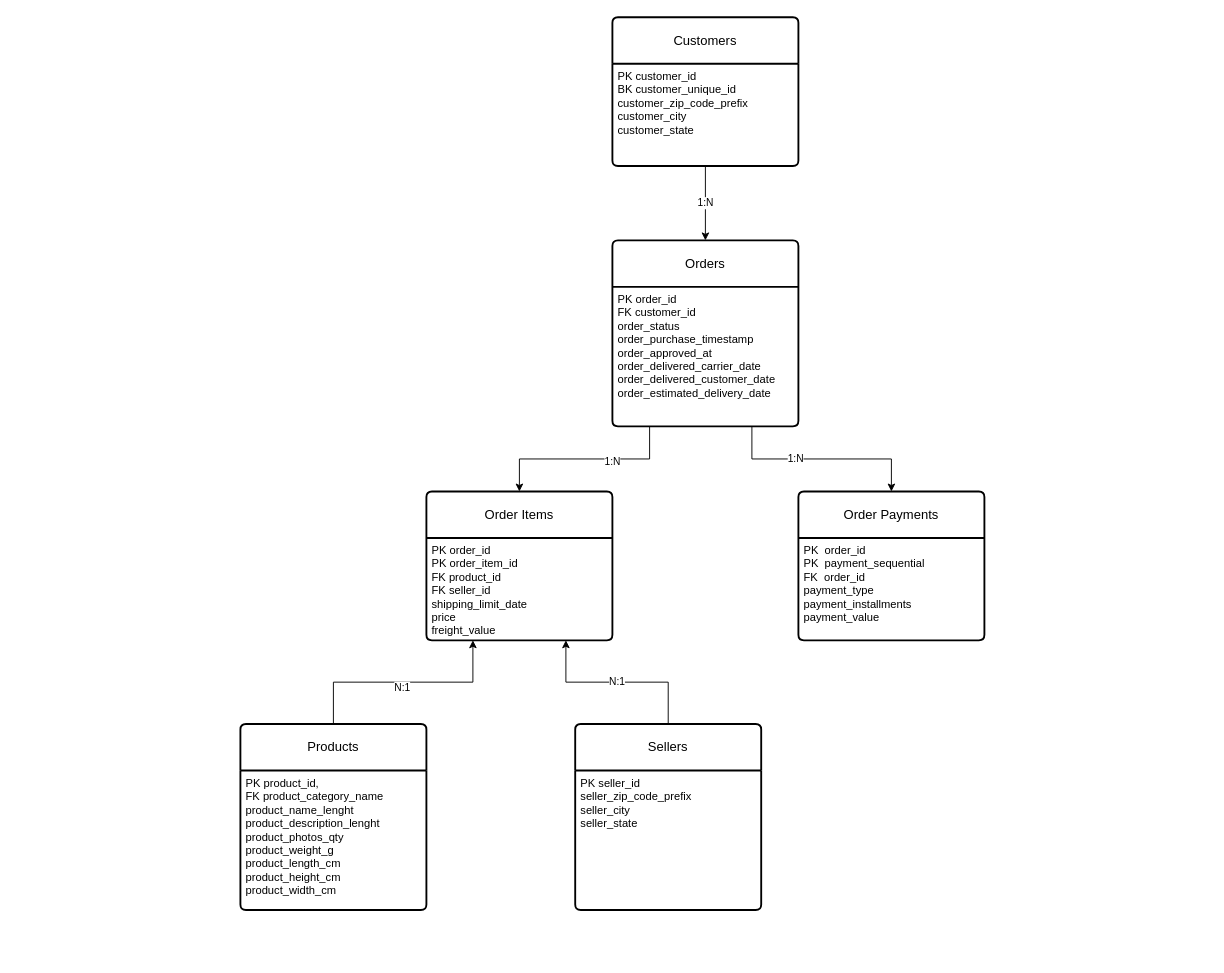
Above: docs/diagrams/logical-erd.drawio in neeleshksingh/Ecommerce-Sales-Analytics (draw.io), before the change. Source tidied: cells renumbered, new cells numbered last; positions are measured from the earlier drawing's top-left corner, leaving out a move shared by most shapes. Both pictures are drawn from the tidied source at 93%, with x=0, y=0 at pixel (240, 17).
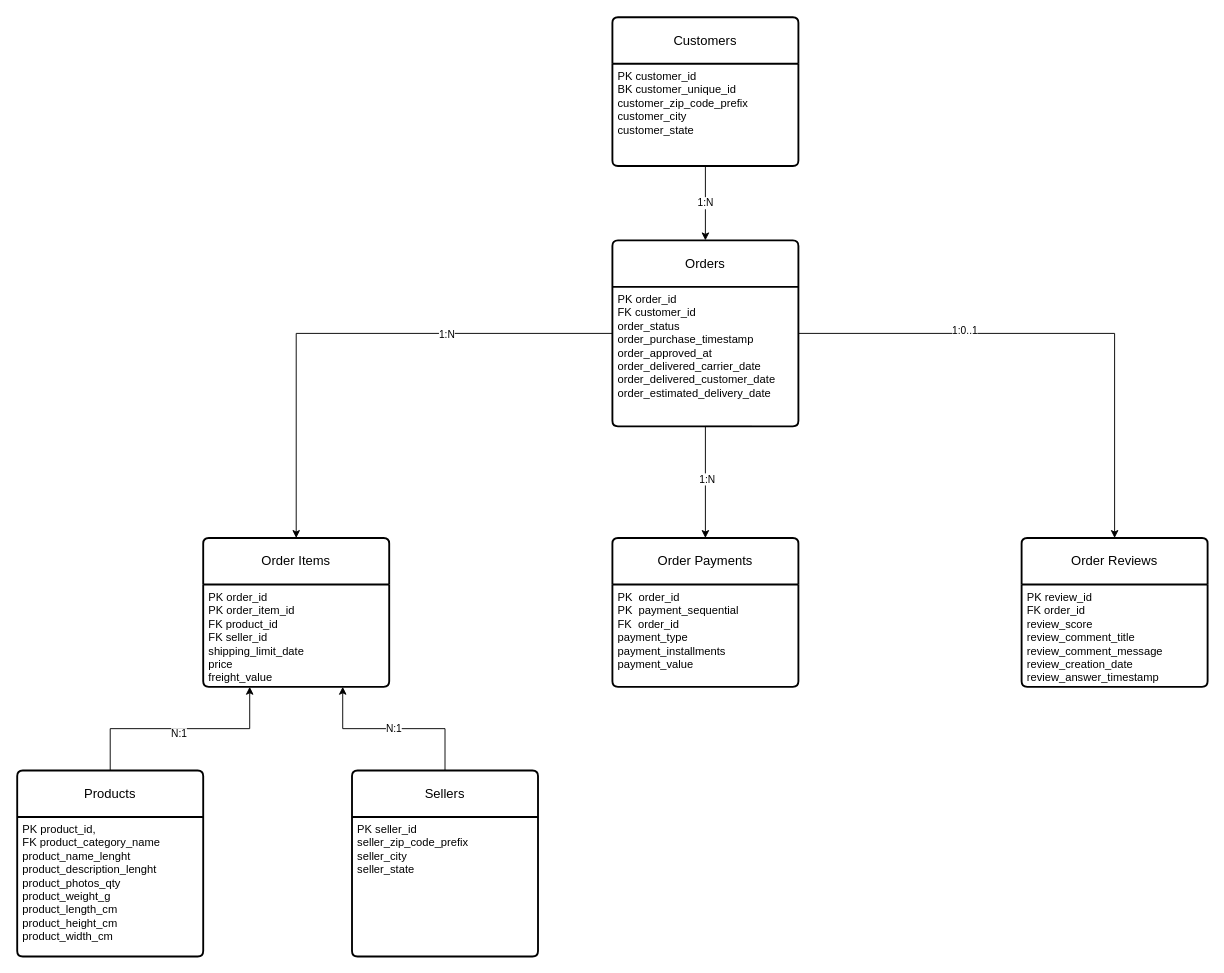
Above is the later version.

Commit message (it also covers changes not shown here):
Document order reviews in data model

Unchanged cells that the change refers to:
```xml
<mxCell id="12" value="Orders" style="swimlane;horizontal=1;startSize=50;rounded=1;fontSize=14;fontStyle=0;strokeWidth=2;shadow=0;dashed=0;align=center;arcSize=4;whiteSpace=wrap;html=1;" parent="1" vertex="1">
  <mxGeometry x="400" y="240" width="200" height="200" as="geometry" />
</mxCell>
```

Diff of the diagram source:
```diff
@@
+    <mxCell id="10" style="edgeStyle=orthogonalEdgeStyle;rounded=0;jettySize=auto;html=1;exitX=0.75;exitY=1;exitDx=0;exitDy=0;entryX=0.5;entryY=0;entryDx=0;entryDy=0;" parent="1" edge="1" source="12" target="24">
+      <mxGeometry relative="1" as="geometry">
+        <Array as="points">
+          <mxPoint x="500" y="440" />
+        </Array>
+      </mxGeometry>
+    </mxCell>
+    <mxCell id="11" value="1:N" style="edgeLabel;html=1;align=center;verticalAlign=middle;" parent="10" vertex="1">
+      <mxGeometry x="-0.26" y="1" relative="1" as="geometry">
+        <mxPoint y="43" as="offset" />
+      </mxGeometry>
+    </mxCell>
-    <mxCell id="8" style="edgeStyle=orthogonalEdgeStyle;rounded=0;jettySize=auto;html=1;entryX=0.5;entryY=0;entryDx=0;entryDy=0;" parent="1" edge="1" source="12" target="14">
-      <mxGeometry relative="1" as="geometry">
-        <Array as="points">
-          <mxPoint x="440" y="475" />
-          <mxPoint x="300" y="475" />
-        </Array>
-      </mxGeometry>
+    <mxCell id="8" style="edgeStyle=orthogonalEdgeStyle;rounded=0;jettySize=auto;html=1;exitX=0;exitY=0.5;exitDx=0;exitDy=0;entryX=0.5;entryY=0;entryDx=0;entryDy=0;" parent="1" edge="1" source="12" target="14">
+      <mxGeometry relative="1" as="geometry" />
     </mxCell>
     <mxCell id="9" value="1:N" style="edgeLabel;html=1;align=center;verticalAlign=middle;" parent="8" vertex="1">
-      <mxGeometry x="-0.28" y="2" relative="1" as="geometry" />
+      <mxGeometry x="-0.1" y="-3" relative="1" as="geometry">
+        <mxPoint x="73" y="3" as="offset" />
+      </mxGeometry>
     </mxCell>
-    <mxCell id="10" style="edgeStyle=orthogonalEdgeStyle;rounded=0;jettySize=auto;html=1;exitX=0.75;exitY=1;exitDx=0;exitDy=0;entryX=0.5;entryY=0;entryDx=0;entryDy=0;" parent="1" edge="1" source="12" target="24">
-      <mxGeometry relative="1" as="geometry" />
-    </mxCell>
-    <mxCell id="11" value="1:N" style="edgeLabel;html=1;align=center;verticalAlign=middle;" parent="10" vertex="1">
-      <mxGeometry x="-0.26" y="1" relative="1" as="geometry" />
-    </mxCell>
+    <mxCell id="26" style="edgeStyle=orthogonalEdgeStyle;rounded=0;jettySize=auto;html=1;exitX=1;exitY=0.5;exitDx=0;exitDy=0;" parent="1" edge="1" source="12" target="28">
+      <mxGeometry relative="1" as="geometry" />
+    </mxCell>
+    <mxCell id="27" value="1:0..1" style="edgeLabel;html=1;align=center;verticalAlign=middle;" parent="26" vertex="1">
+      <mxGeometry x="-0.36" y="4" relative="1" as="geometry">
+        <mxPoint x="-1" as="offset" />
+      </mxGeometry>
+    </mxCell>
@@
     <mxCell id="14" value="Order Items" style="swimlane;horizontal=1;startSize=50;rounded=1;fontSize=14;fontStyle=0;strokeWidth=2;shadow=0;dashed=0;align=center;arcSize=4;whiteSpace=wrap;html=1;" parent="1" vertex="1">
-      <mxGeometry x="200" y="510" width="200" height="160" as="geometry" />
+      <mxGeometry x="-40" y="560" width="200" height="160" as="geometry" />
     </mxCell>
@@
     <mxCell id="19" value="Products" style="swimlane;horizontal=1;startSize=50;rounded=1;fontSize=14;fontStyle=0;strokeWidth=2;shadow=0;dashed=0;align=center;arcSize=4;whiteSpace=wrap;html=1;" parent="1" vertex="1">
-      <mxGeometry y="760" width="200" height="200" as="geometry" />
+      <mxGeometry x="-240" y="810" width="200" height="200" as="geometry" />
     </mxCell>
@@
     <mxCell id="22" value="Sellers" style="swimlane;horizontal=1;startSize=50;rounded=1;fontSize=14;fontStyle=0;strokeWidth=2;shadow=0;dashed=0;align=center;arcSize=4;whiteSpace=wrap;html=1;" parent="1" vertex="1">
-      <mxGeometry x="360" y="760" width="200" height="200" as="geometry" />
+      <mxGeometry x="120" y="810" width="200" height="200" as="geometry" />
     </mxCell>
@@
     <mxCell id="24" value="Order Payments" style="swimlane;horizontal=1;startSize=50;rounded=1;fontSize=14;fontStyle=0;strokeWidth=2;shadow=0;dashed=0;align=center;arcSize=4;whiteSpace=wrap;html=1;" parent="1" vertex="1">
-      <mxGeometry x="600" y="510" width="200" height="160" as="geometry" />
+      <mxGeometry x="400" y="560" width="200" height="160" as="geometry" />
     </mxCell>
@@
+    <mxCell id="28" value="Order Reviews" style="swimlane;horizontal=1;startSize=50;rounded=1;fontSize=14;fontStyle=0;strokeWidth=2;shadow=0;dashed=0;align=center;arcSize=4;whiteSpace=wrap;html=1;" parent="1" vertex="1">
+      <mxGeometry x="840" y="560" width="200" height="160" as="geometry" />
+    </mxCell>
+    <mxCell id="29" value="&lt;div&gt;&lt;span style=&quot;background-color: transparent; color: light-dark(rgb(0, 0, 0), rgb(255, 255, 255));&quot;&gt;PK review_id&lt;/span&gt;&amp;nbsp; &amp;nbsp; &amp;nbsp; &amp;nbsp; &amp;nbsp; &amp;nbsp; &amp;nbsp; &amp;nbsp; &amp;nbsp;&lt;/div&gt;&lt;div&gt;FK order_id&amp;nbsp;&amp;nbsp; &amp;nbsp; &amp;nbsp; &amp;nbsp; &amp;nbsp; &amp;nbsp;&amp;nbsp;&lt;/div&gt;&lt;div&gt;&lt;span style=&quot;background-color: transparent; color: light-dark(rgb(0, 0, 0), rgb(255, 255, 255));&quot;&gt;review_score&lt;/span&gt;&amp;nbsp; &amp;nbsp; &amp;nbsp; &amp;nbsp; &amp;nbsp; &amp;nbsp; &amp;nbsp; &amp;nbsp; &amp;nbsp; &amp;nbsp; &amp;nbsp; &amp;nbsp;&lt;/div&gt;&lt;div&gt;review_comment_title&amp;nbsp; &amp;nbsp; &amp;nbsp; &amp;nbsp; &amp;nbsp; &amp;nbsp; &amp;nbsp; &amp;nbsp; &amp;nbsp;&amp;nbsp;&lt;/div&gt;&lt;div&gt;review_comment_message&amp;nbsp; &amp;nbsp; &amp;nbsp; &amp;nbsp;&lt;/div&gt;&lt;div&gt;review_creation_date&lt;/div&gt;&lt;div&gt;review_answer_timestamp&lt;/div&gt;" style="align=left;strokeColor=none;fillColor=none;spacingLeft=4;spacingRight=4;fontSize=12;verticalAlign=top;html=1;whiteSpace=wrap;" parent="28" vertex="1">
+      <mxGeometry y="50" width="200" height="110" as="geometry" />
+    </mxCell>
```
